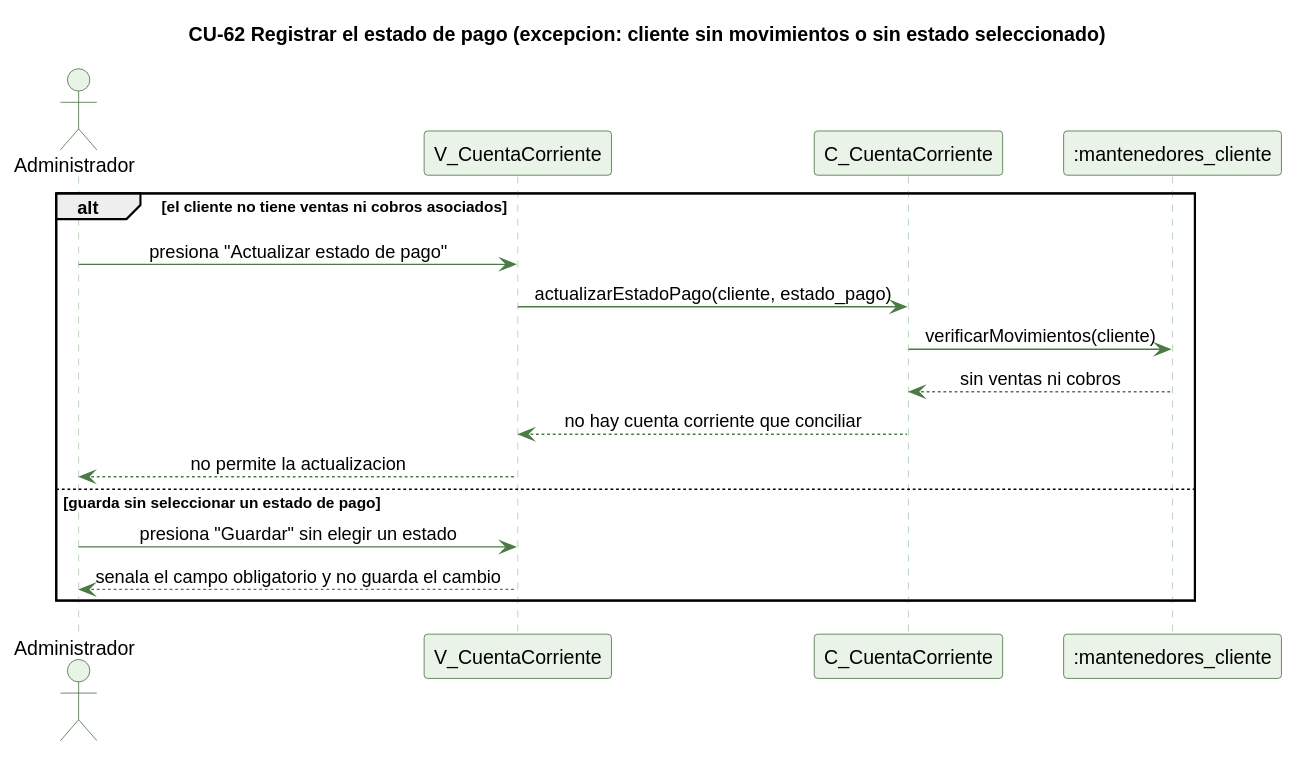
kenjikaese/Triverde keeps this PlantUML diagram as docs/trabajo-grupal/diagramas/secuencias/cu62-estado-pago-excepcion.svg. Above is the earlier version.
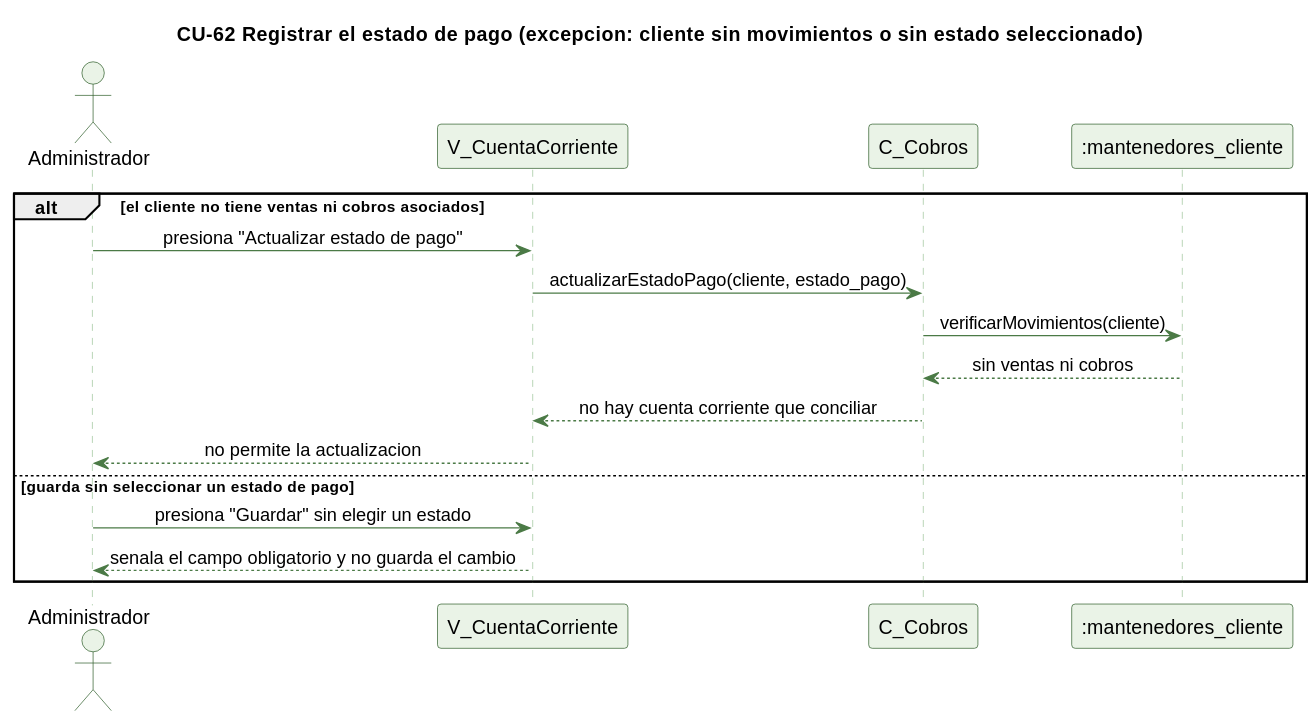
After the change.

Change to the diagram source:
```diff
@@ -14,7 +14,7 @@
 
 actor Administrador
 participant "V_CuentaCorriente" as V
-participant "C_CuentaCorriente" as C
+participant "C_Cobros" as C
 participant ":mantenedores_cliente" as CL
 
 alt el cliente no tiene ventas ni cobros asociados
```
